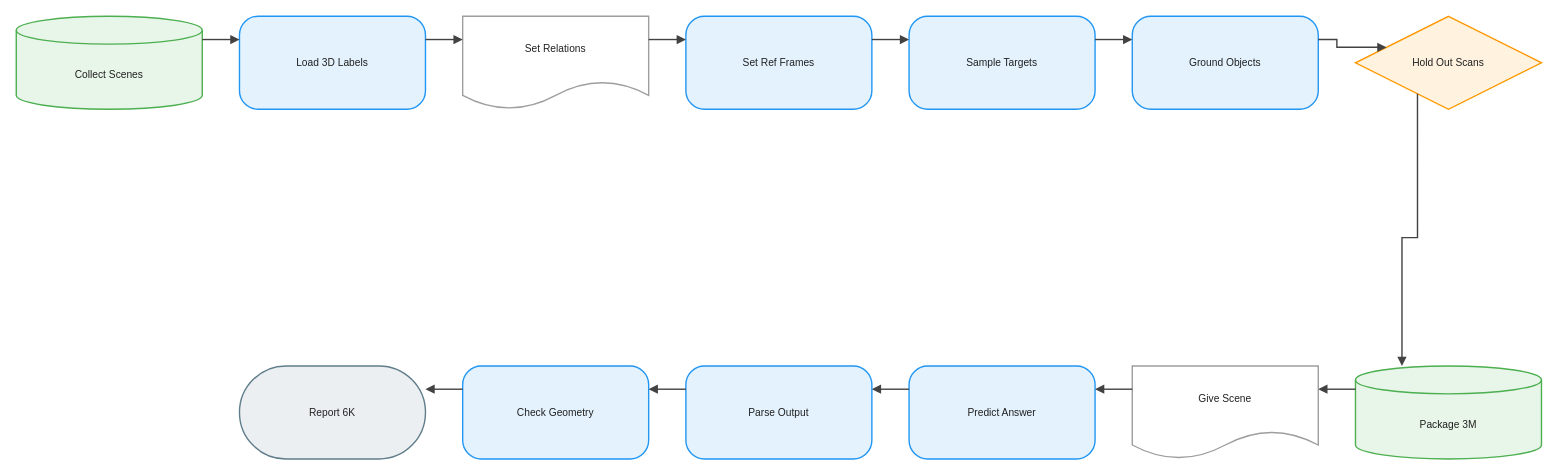
Earlier version of the draw.io diagram client/public/drawio/RoboSpatial/RoboSpatial.en.drawio (joe1chief/benchmark-hub). Source tidied: cells renumbered, new cells numbered last; positions are measured from the earlier drawing's top-left corner, leaving out a move shared by most shapes. Both pictures are drawn from the tidied source at 93%, with x=0, y=0 at pixel (16, 16).
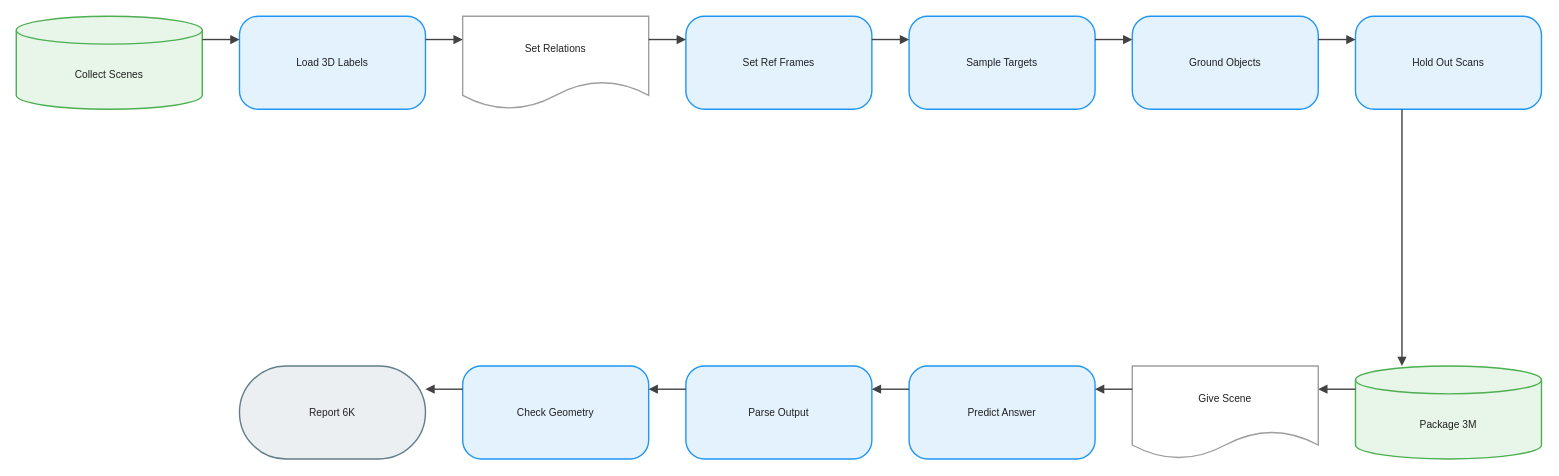
After the change.

The edit, as a diff of the source:
```diff
@@
-    <mxCell id="8" value="Hold Out Scans" style="rhombus;html=1;whiteSpace=wrap;fillColor=#FFF3E0;strokeColor=#FF9800;strokeWidth=1.5;fontColor=#212121;fontSize=11;fontFamily=Arial, Helvetica, sans-serif;verticalAlign=middle;align=center;" parent="1" vertex="1">
+    <mxCell id="8" value="Hold Out Scans" style="rounded=1;arcSize=20;html=1;whiteSpace=wrap;fillColor=#E3F2FD;strokeColor=#2196F3;strokeWidth=1.5;fontColor=#212121;fontSize=11;fontFamily=Arial, Helvetica, sans-serif;verticalAlign=middle;align=center;" parent="1" vertex="1">
       <mxGeometry x="1440" width="200" height="100" as="geometry" />
     </mxCell>
```
